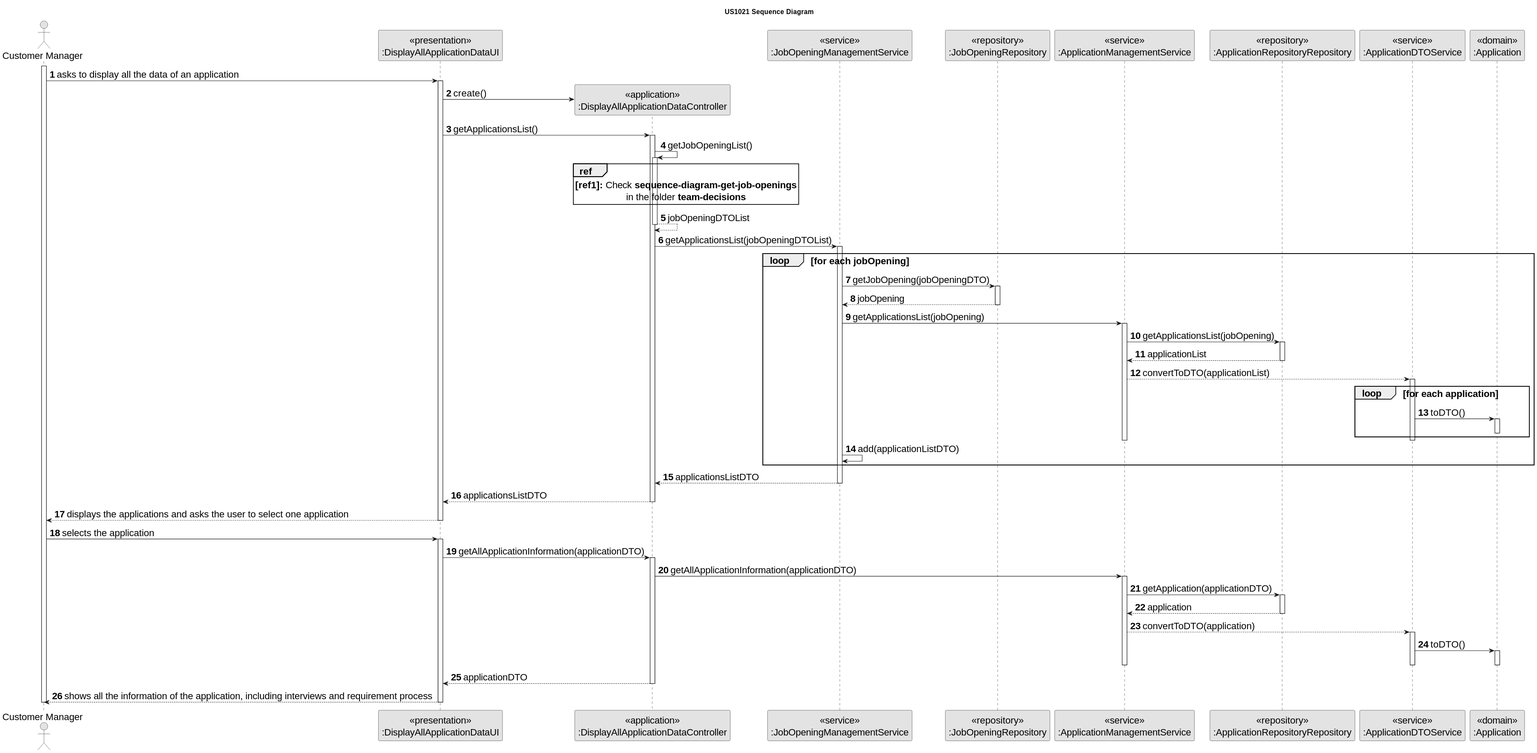
Above: docs/sprint-c/us_1021/SD/US1021_SD.svg in rita-barbosa/LAPR4-2324 (PlantUML), before the change.
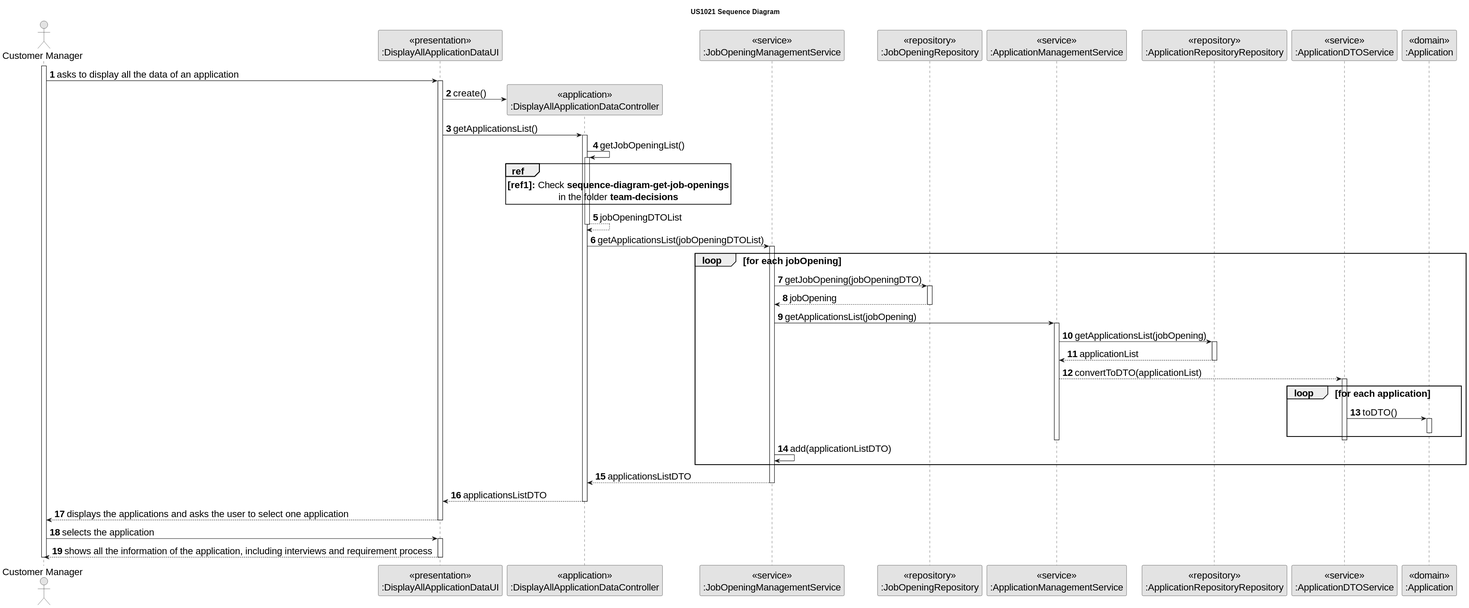
Later version of the same file.

The edit, as a diff of the source:
```diff
@@ -30,64 +30,62 @@
 UI -> CTRL: getApplicationsList()
 activate CTRL
 
-    CTRL -> CTRL : getJobOpeningList()
-    activate CTRL
+   CTRL -> CTRL : getJobOpeningList()
+   activate CTRL
 
-    ref over CTRL
-    **[ref1]:** Check **sequence-diagram-get-job-openings**
-    in the folder **team-decisions**
-    end ref
+   ref over CTRL
+   **[ref1]:** Check **sequence-diagram-get-job-openings**
+   in the folder **team-decisions**
+   end ref
 
-    CTRL --> CTRL : jobOpeningDTOList
-    deactivate CTRL
+   CTRL --> CTRL : jobOpeningDTOList
+   deactivate CTRL
 
 
+   CTRL -> JobManagement : getApplicationsList(jobOpeningDTOList)
+   activate JobManagement
+
+   loop for each jobOpening
+
+       JobManagement -> JobOpeningRepository : getJobOpening(jobOpeningDTO)
+       activate JobOpeningRepository
+
+       JobOpeningRepository --> JobManagement : jobOpening
+       deactivate JobOpeningRepository
+
+       JobManagement -> AppManagement : getApplicationsList(jobOpening)
+       activate AppManagement
+
+       AppManagement -> ApplicationRepository : getApplicationsList(jobOpening)
+       activate ApplicationRepository
+
+       ApplicationRepository --> AppManagement : applicationList
+       deactivate ApplicationRepository
+
+       AppManagement --> AppDTOServ :  convertToDTO(applicationList)
+           activate AppDTOServ
+
+           loop for each application
+           AppDTOServ -> Application : toDTO()
+           activate Application
+           deactivate Application
+           end loop
+
+           deactivate AppDTOServ
 
 
-    CTRL -> JobManagement : getApplicationsList(jobOpeningDTOList)
-    activate JobManagement
+       deactivate AppManagement
 
-    loop for each jobOpening
+       JobManagement -> JobManagement : add(applicationListDTO)
 
-        JobManagement -> JobOpeningRepository : getJobOpening(jobOpeningDTO)
-        activate JobOpeningRepository
+   end loop
 
-        JobOpeningRepository --> JobManagement : jobOpening
-        deactivate JobOpeningRepository
+   JobManagement --> CTRL : applicationsListDTO
+   deactivate JobManagement
 
-        JobManagement -> AppManagement : getApplicationsList(jobOpening)
-        activate AppManagement
+   CTRL --> UI : applicationsListDTO
 
-        AppManagement -> ApplicationRepository : getApplicationsList(jobOpening)
-        activate ApplicationRepository
-
-        ApplicationRepository --> AppManagement : applicationList
-        deactivate ApplicationRepository
-
-        AppManagement --> AppDTOServ :  convertToDTO(applicationList)
-            activate AppDTOServ
-
-            loop for each application
-            AppDTOServ -> Application : toDTO()
-            activate Application
-            deactivate Application
-            end loop
-
-            deactivate AppDTOServ
-
-
-        deactivate AppManagement
-
-        JobManagement -> JobManagement : add(applicationListDTO)
-
-    end loop
-
-    JobManagement --> CTRL : applicationsListDTO
-    deactivate JobManagement
-
-    CTRL --> UI : applicationsListDTO
-
-    deactivate CTRL
+   deactivate CTRL
 
 UI --> CM : displays the applications and asks the user to select one application
 deactivate UI
@@ -95,32 +93,6 @@
 CM -> UI : selects the application
 activate UI
 
-UI -> CTRL : getAllApplicationInformation(applicationDTO)
-activate CTRL
-
-CTRL -> AppManagement : getAllApplicationInformation(applicationDTO)
-activate AppManagement
-
-AppManagement -> ApplicationRepository : getApplication(applicationDTO)
-activate ApplicationRepository
-
-ApplicationRepository --> AppManagement : application
-deactivate ApplicationRepository
-
-AppManagement --> AppDTOServ :  convertToDTO(application)
-            activate AppDTOServ
-
-            AppDTOServ -> Application : toDTO()
-            activate Application
-            deactivate Application
-
-            deactivate AppDTOServ
-
-        deactivate AppManagement
-
-
-CTRL --> UI : applicationDTO
-deactivate CTRL
 
 UI --> CM : shows all the information of the application, including interviews and requirement process
 deactivate UI
```
